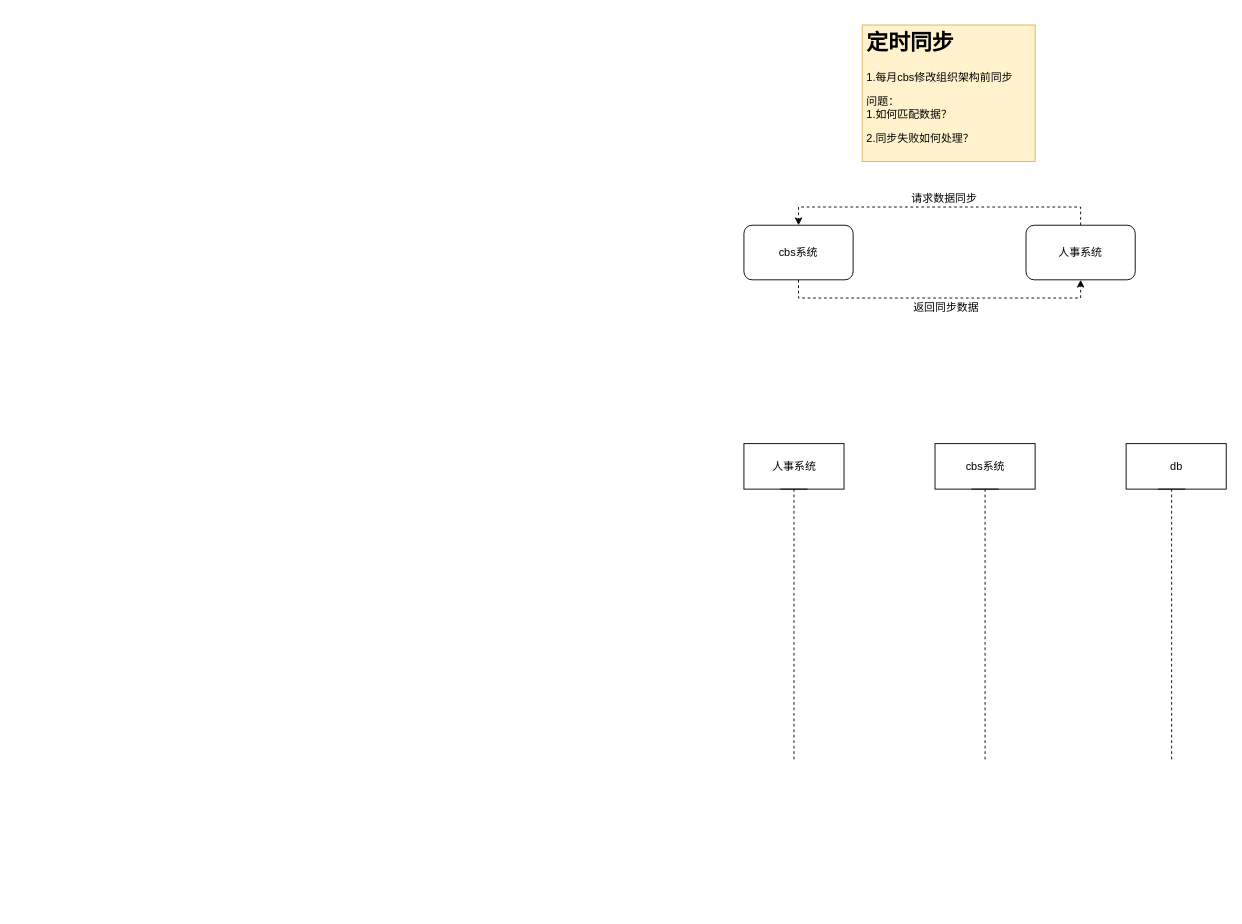
Before: 人事组织架构同步.drawio in ammengke/my-drawio, a draw.io diagram. Source tidied: cells renumbered, new cells numbered last; positions are measured from the earlier drawing's top-left corner, leaving out a move shared by most shapes. Both pictures are drawn from the tidied source at 91%, with x=0, y=0 at pixel (743, 25).
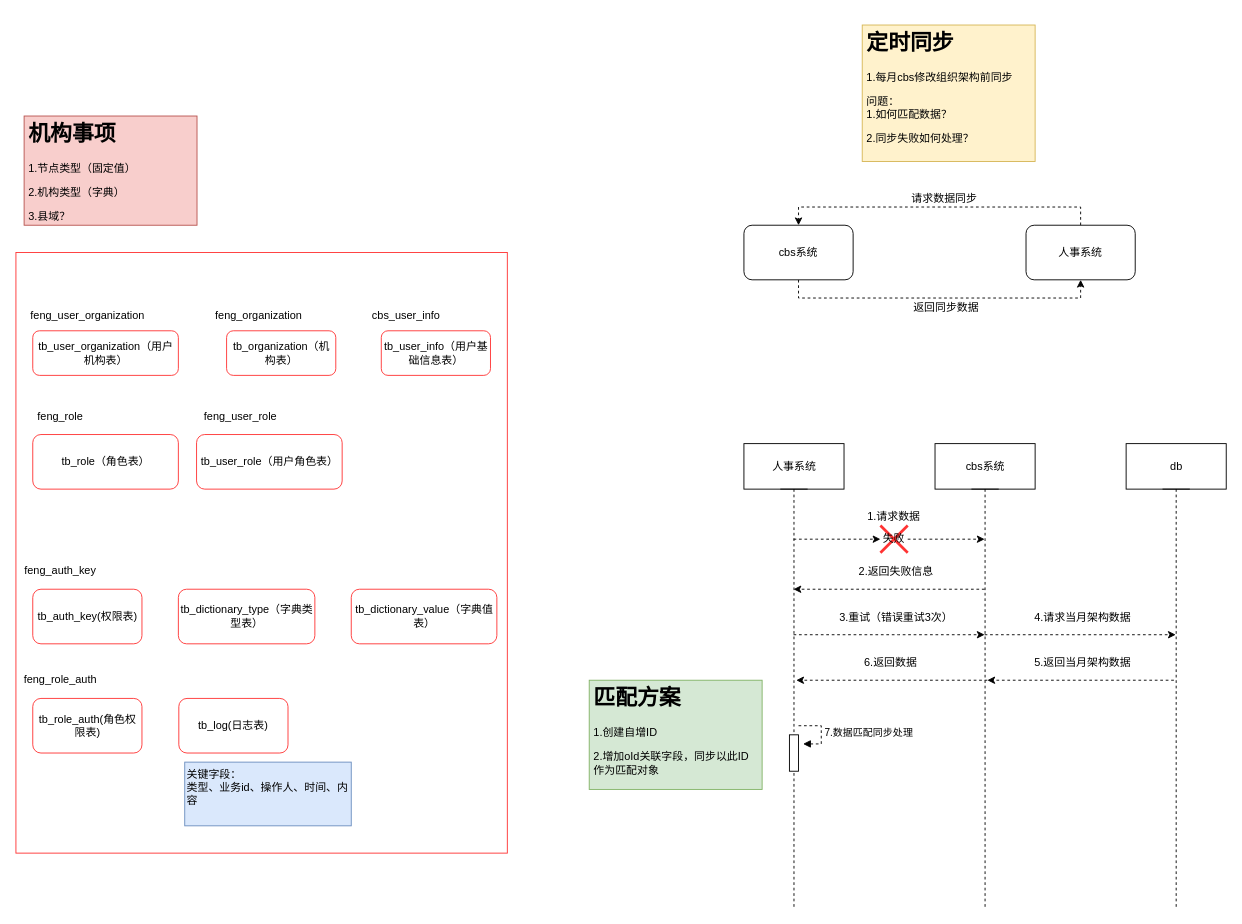
The same diagram, later.

Commit message:
Update 人事组织架构同步.drawio

What changed in the source:
```diff
@@
+    <mxCell id="15" style="rounded=0;whiteSpace=wrap;html=1;strokeColor=#FF3333;" parent="1" vertex="1">
+      <mxGeometry x="-800" y="250" width="540" height="660" as="geometry" />
+    </mxCell>
@@
+    <mxCell id="16" style="edgeStyle=orthogonalEdgeStyle;rounded=0;jettySize=auto;html=1;dashed=1;" parent="1" edge="1" source="28" target="13">
+      <mxGeometry relative="1" as="geometry">
+        <Array as="points">
+          <mxPoint x="240" y="565" />
+          <mxPoint x="240" y="565" />
+        </Array>
+      </mxGeometry>
+    </mxCell>
+    <mxCell id="17" style="edgeStyle=orthogonalEdgeStyle;rounded=0;jettySize=auto;html=1;dashed=1;" parent="1" edge="1" source="11" target="13">
+      <mxGeometry relative="1" as="geometry">
+        <Array as="points">
+          <mxPoint x="170" y="670" />
+          <mxPoint x="170" y="670" />
+        </Array>
+      </mxGeometry>
+    </mxCell>
+    <mxCell id="18" value="3.重试（错误重试3次）" style="text;html=1;align=center;verticalAlign=middle;labelBackgroundColor=#ffffff;" parent="17" vertex="1">
+      <mxGeometry x="0.32" y="-2" relative="1" as="geometry">
+        <mxPoint x="-27.5" y="-22" as="offset" />
+      </mxGeometry>
+    </mxCell>
     <mxCell id="11" style="shape=umlLifeline;participant=umlEntity;perimeter=lifelinePerimeter;whiteSpace=wrap;html=1;verticalAlign=top;spacingTop=36;labelBackgroundColor=#ffffff;outlineConnect=0;size=0;" parent="1" vertex="1">
-      <mxGeometry x="35" y="510" width="40" height="300" as="geometry" />
+      <mxGeometry x="35" y="510" width="40" height="460" as="geometry" />
     </mxCell>
+    <mxCell id="19" style="html=1;perimeter=orthogonalPerimeter;" parent="11" vertex="1">
+      <mxGeometry x="15" y="270" width="10" height="40" as="geometry" />
+    </mxCell>
@@
+    <mxCell id="20" style="edgeStyle=orthogonalEdgeStyle;rounded=0;jettySize=auto;html=1;dashed=1;" parent="1" edge="1" source="13" target="14">
+      <mxGeometry relative="1" as="geometry">
+        <Array as="points">
+          <mxPoint x="360" y="670" />
+          <mxPoint x="360" y="670" />
+        </Array>
+      </mxGeometry>
+    </mxCell>
+    <mxCell id="21" value="4.请求当月架构数据" style="text;html=1;align=center;verticalAlign=middle;labelBackgroundColor=#ffffff;" parent="20" vertex="1">
+      <mxGeometry x="0.19" relative="1" as="geometry">
+        <mxPoint x="-18.5" y="-20" as="offset" />
+      </mxGeometry>
+    </mxCell>
+    <mxCell id="22" style="edgeStyle=orthogonalEdgeStyle;rounded=0;orthogonalLoop=1;jettySize=auto;html=1;dashed=1;" parent="1" edge="1">
+      <mxGeometry relative="1" as="geometry">
+        <mxPoint x="267.5" y="720" as="sourcePoint" />
+        <mxPoint x="57.5" y="720" as="targetPoint" />
+      </mxGeometry>
+    </mxCell>
+    <mxCell id="23" value="6.返回数据" style="text;html=1;align=center;verticalAlign=middle;labelBackgroundColor=#ffffff;" parent="22" vertex="1">
+      <mxGeometry x="-0.18" relative="1" as="geometry">
+        <mxPoint x="-21.5" y="-20" as="offset" />
+      </mxGeometry>
+    </mxCell>
+    <mxCell id="24" style="edgeStyle=orthogonalEdgeStyle;rounded=0;jettySize=auto;html=1;dashed=1;" parent="1" edge="1" source="13" target="11">
+      <mxGeometry relative="1" as="geometry">
+        <Array as="points">
+          <mxPoint x="160" y="620" />
+          <mxPoint x="160" y="620" />
+        </Array>
+      </mxGeometry>
+    </mxCell>
+    <mxCell id="25" value="2.返回失败信息" style="text;html=1;align=center;verticalAlign=middle;labelBackgroundColor=#ffffff;" parent="24" vertex="1">
+      <mxGeometry x="0.09" y="24" relative="1" as="geometry">
+        <mxPoint x="15.5" y="-44" as="offset" />
+      </mxGeometry>
+    </mxCell>
     <mxCell id="13" style="shape=umlLifeline;participant=umlEntity;perimeter=lifelinePerimeter;whiteSpace=wrap;html=1;verticalAlign=top;spacingTop=36;labelBackgroundColor=#ffffff;outlineConnect=0;size=0;" parent="1" vertex="1">
-      <mxGeometry x="245" y="510" width="40" height="300" as="geometry" />
+      <mxGeometry x="245" y="510" width="40" height="460" as="geometry" />
     </mxCell>
+    <mxCell id="26" style="edgeStyle=orthogonalEdgeStyle;rounded=0;orthogonalLoop=1;jettySize=auto;html=1;dashed=1;" parent="1" edge="1">
+      <mxGeometry relative="1" as="geometry">
+        <mxPoint x="472.5" y="720" as="sourcePoint" />
+        <mxPoint x="267.5" y="720" as="targetPoint" />
+      </mxGeometry>
+    </mxCell>
+    <mxCell id="27" value="5.返回当月架构数据" style="text;html=1;align=center;verticalAlign=middle;labelBackgroundColor=#ffffff;" parent="26" vertex="1">
+      <mxGeometry x="-0.18" y="2" relative="1" as="geometry">
+        <mxPoint x="-17.5" y="-22" as="offset" />
+      </mxGeometry>
+    </mxCell>
     <mxCell id="14" style="shape=umlLifeline;participant=umlEntity;perimeter=lifelinePerimeter;whiteSpace=wrap;html=1;verticalAlign=top;spacingTop=36;labelBackgroundColor=#ffffff;outlineConnect=0;size=0;" parent="1" vertex="1">
-      <mxGeometry x="450" y="510" width="40" height="300" as="geometry" />
+      <mxGeometry x="455" y="510" width="40" height="460" as="geometry" />
     </mxCell>
+    <mxCell id="28" value="失败" style="shape=umlDestroy;whiteSpace=wrap;html=1;strokeWidth=3;strokeColor=#FF3333;" parent="1" vertex="1">
+      <mxGeometry x="150" y="550" width="30" height="30" as="geometry" />
+    </mxCell>
+    <mxCell id="29" style="edgeStyle=orthogonalEdgeStyle;rounded=0;jettySize=auto;html=1;dashed=1;" parent="1" edge="1" source="11" target="28">
+      <mxGeometry relative="1" as="geometry">
+        <Array as="points">
+          <mxPoint x="80" y="565" />
+          <mxPoint x="80" y="565" />
+        </Array>
+      </mxGeometry>
+    </mxCell>
+    <mxCell id="30" value="1.请求数据" style="text;html=1;strokeColor=none;fillColor=none;align=center;verticalAlign=middle;whiteSpace=wrap;rounded=0;" parent="1" vertex="1">
+      <mxGeometry x="105" y="530" width="120" height="20" as="geometry" />
+    </mxCell>
+    <mxCell id="31" value="7.数据匹配同步处理" style="edgeStyle=orthogonalEdgeStyle;html=1;align=left;spacingLeft=2;endArrow=block;rounded=0;entryX=1;entryY=0;dashed=1;" parent="1" edge="1">
+      <mxGeometry relative="1" as="geometry">
+        <mxPoint x="60" y="770" as="sourcePoint" />
+        <mxPoint x="65" y="790" as="targetPoint" />
+        <Array as="points">
+          <mxPoint x="85" y="770" />
+        </Array>
+      </mxGeometry>
+    </mxCell>
+    <mxCell id="32" value="&lt;h1&gt;匹配方案&lt;/h1&gt;&lt;p&gt;1.创建自增ID&lt;/p&gt;&lt;p&gt;2.增加oId关联字段，同步以此ID作为匹配对象&lt;/p&gt;" style="text;html=1;strokeColor=#82b366;fillColor=#d5e8d4;spacing=5;spacingTop=-20;whiteSpace=wrap;overflow=hidden;rounded=0;" parent="1" vertex="1">
+      <mxGeometry x="-170" y="720" width="190" height="120" as="geometry" />
+    </mxCell>
+    <mxCell id="33" value="tb_organization（机构表）" style="rounded=1;whiteSpace=wrap;html=1;strokeColor=#FF3333;" parent="1" vertex="1">
+      <mxGeometry x="-568.5" y="336" width="120" height="49" as="geometry" />
+    </mxCell>
+    <mxCell id="34" value="tb_auth_key(权限表)" style="rounded=1;whiteSpace=wrap;html=1;strokeColor=#FF3333;" parent="1" vertex="1">
+      <mxGeometry x="-781.5" y="620" width="120" height="60" as="geometry" />
+    </mxCell>
+    <mxCell id="35" value="feng_organization" style="text;html=1;strokeColor=none;fillColor=none;align=center;verticalAlign=middle;whiteSpace=wrap;rounded=0;" parent="1" vertex="1">
+      <mxGeometry x="-553" y="315.5" width="40" height="9" as="geometry" />
+    </mxCell>
+    <mxCell id="36" value="feng_auth_key" style="text;html=1;strokeColor=none;fillColor=none;align=center;verticalAlign=middle;whiteSpace=wrap;rounded=0;" parent="1" vertex="1">
+      <mxGeometry x="-771.5" y="590" width="40" height="20" as="geometry" />
+    </mxCell>
+    <mxCell id="37" value="tb_user_info（用户基础信息表）" style="rounded=1;whiteSpace=wrap;html=1;strokeColor=#FF3333;" parent="1" vertex="1">
+      <mxGeometry x="-398.5" y="336" width="120" height="49" as="geometry" />
+    </mxCell>
+    <mxCell id="38" value="cbs_user_info" style="text;html=1;strokeColor=none;fillColor=none;align=center;verticalAlign=middle;whiteSpace=wrap;rounded=0;" parent="1" vertex="1">
+      <mxGeometry x="-392" y="315.5" width="42" height="9" as="geometry" />
+    </mxCell>
+    <mxCell id="39" value="tb_dictionary_type（字典类型表）" style="rounded=1;whiteSpace=wrap;html=1;strokeColor=#FF3333;" parent="1" vertex="1">
+      <mxGeometry x="-621.5" y="620" width="150" height="60" as="geometry" />
+    </mxCell>
+    <mxCell id="40" value="tb_dictionary_value（字典值表）" style="rounded=1;whiteSpace=wrap;html=1;strokeColor=#FF3333;" parent="1" vertex="1">
+      <mxGeometry x="-431.5" y="620" width="160" height="60" as="geometry" />
+    </mxCell>
+    <mxCell id="41" value="tb_role（角色表）" style="rounded=1;whiteSpace=wrap;html=1;strokeColor=#FF3333;" parent="1" vertex="1">
+      <mxGeometry x="-781.5" y="450" width="160" height="60" as="geometry" />
+    </mxCell>
+    <mxCell id="42" value="tb_user_role（用户角色表）" style="rounded=1;whiteSpace=wrap;html=1;strokeColor=#FF3333;" parent="1" vertex="1">
+      <mxGeometry x="-601.5" y="450" width="160" height="60" as="geometry" />
+    </mxCell>
+    <mxCell id="43" value="tb_user_organization（用户机构表）" style="rounded=1;whiteSpace=wrap;html=1;strokeColor=#FF3333;" parent="1" vertex="1">
+      <mxGeometry x="-781.5" y="336" width="160" height="49" as="geometry" />
+    </mxCell>
+    <mxCell id="44" value="tb_role_auth(角色权限表)" style="rounded=1;whiteSpace=wrap;html=1;strokeColor=#FF3333;" parent="1" vertex="1">
+      <mxGeometry x="-781.5" y="740" width="120" height="60" as="geometry" />
+    </mxCell>
+    <mxCell id="45" value="feng_user_organization" style="text;html=1;strokeColor=none;fillColor=none;align=center;verticalAlign=middle;whiteSpace=wrap;rounded=0;" parent="1" vertex="1">
+      <mxGeometry x="-741.5" y="310" width="40" height="20" as="geometry" />
+    </mxCell>
+    <mxCell id="46" value="feng_role" style="text;html=1;strokeColor=none;fillColor=none;align=center;verticalAlign=middle;whiteSpace=wrap;rounded=0;" parent="1" vertex="1">
+      <mxGeometry x="-771.5" y="420" width="40" height="20" as="geometry" />
+    </mxCell>
+    <mxCell id="47" value="feng_user_role" style="text;html=1;strokeColor=none;fillColor=none;align=center;verticalAlign=middle;whiteSpace=wrap;rounded=0;" parent="1" vertex="1">
+      <mxGeometry x="-573" y="420" width="40" height="20" as="geometry" />
+    </mxCell>
+    <mxCell id="48" value="&lt;h1&gt;机构事项&lt;/h1&gt;&lt;p&gt;1.节点类型（固定值）&lt;/p&gt;&lt;p&gt;2.机构类型（字典）&lt;/p&gt;&lt;p&gt;3.县域？&lt;/p&gt;" style="text;html=1;strokeColor=#b85450;fillColor=#f8cecc;spacing=5;spacingTop=-20;whiteSpace=wrap;overflow=hidden;rounded=0;" parent="1" vertex="1">
+      <mxGeometry x="-791" y="100" width="190" height="120" as="geometry" />
+    </mxCell>
+    <mxCell id="49" value="tb_log(日志表)" style="rounded=1;whiteSpace=wrap;html=1;strokeColor=#FF3333;" parent="1" vertex="1">
+      <mxGeometry x="-621" y="740" width="120" height="60" as="geometry" />
+    </mxCell>
+    <mxCell id="50" value="关键字段：&lt;br&gt;类型、业务id、操作人、时间、内容" style="text;html=1;strokeColor=#6c8ebf;fillColor=#dae8fc;align=left;verticalAlign=top;whiteSpace=wrap;rounded=0;" parent="1" vertex="1">
+      <mxGeometry x="-614.5" y="810" width="183" height="70" as="geometry" />
+    </mxCell>
+    <mxCell id="51" value="feng_role_auth" style="text;html=1;strokeColor=none;fillColor=none;align=center;verticalAlign=middle;whiteSpace=wrap;rounded=0;" parent="1" vertex="1">
+      <mxGeometry x="-771.5" y="710" width="40" height="20" as="geometry" />
+    </mxCell>
```
